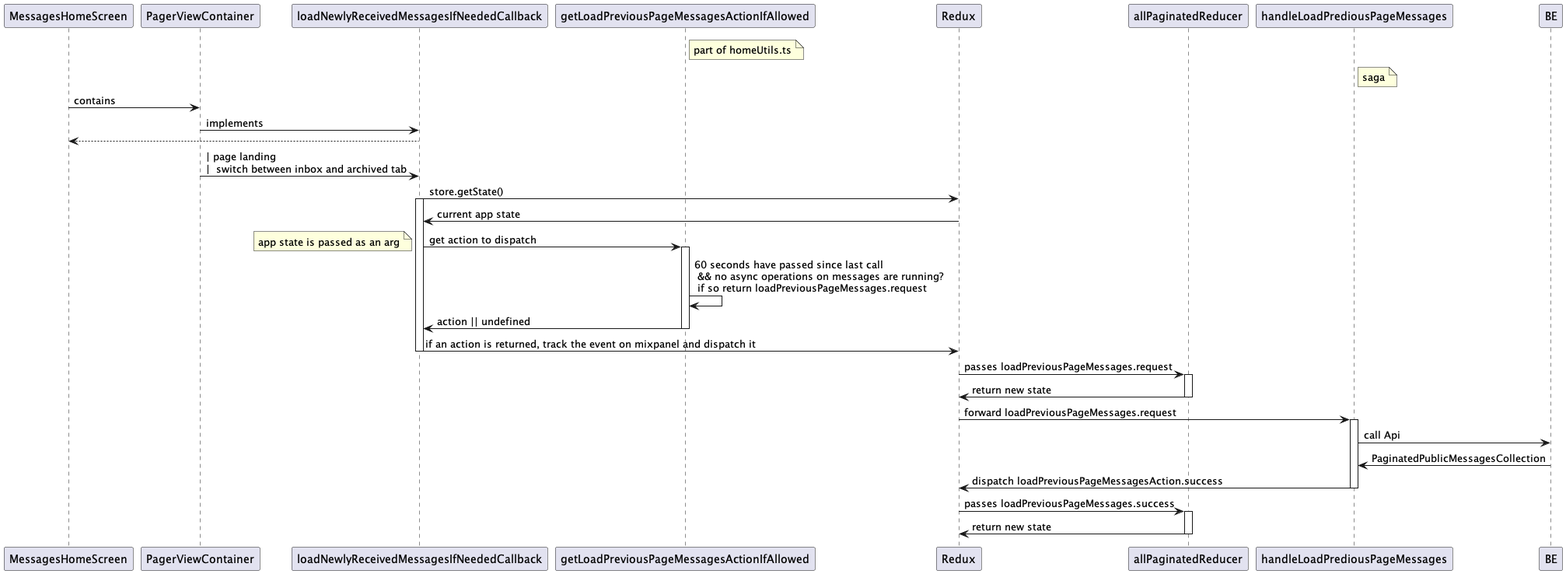
Above: docs/io-app/messages-autorefresh.png in pagopa/io-messages (PlantUML), before the change. The source it was exported from:
```plantuml
@startuml
participant MessagesHomeScreen
participant PagerViewContainer
participant loadNewlyReceivedMessagesIfNeededCallback
participant getLoadPreviousPageMessagesActionIfAllowed
note right of getLoadPreviousPageMessagesActionIfAllowed
 part of homeUtils.ts
 end note
participant Redux
participant allPaginatedReducer
participant handleLoadPrediousPageMessages
note right of handleLoadPrediousPageMessages
 saga
 end note

MessagesHomeScreen -> PagerViewContainer : contains
PagerViewContainer-> loadNewlyReceivedMessagesIfNeededCallback :implements
loadNewlyReceivedMessagesIfNeededCallback-->MessagesHomeScreen

PagerViewContainer -> loadNewlyReceivedMessagesIfNeededCallback  :| page landing \n|  switch between inbox and archived tab

loadNewlyReceivedMessagesIfNeededCallback->Redux  : store.getState()
activate loadNewlyReceivedMessagesIfNeededCallback
    Redux->loadNewlyReceivedMessagesIfNeededCallback: current app state
    loadNewlyReceivedMessagesIfNeededCallback -> getLoadPreviousPageMessagesActionIfAllowed ++ : get action to dispatch
    note left: app state is passed as an arg
    getLoadPreviousPageMessagesActionIfAllowed->getLoadPreviousPageMessagesActionIfAllowed: 60 seconds have passed since last call \n && no async operations on messages are running?  \n if so return loadPreviousPageMessages.request
    getLoadPreviousPageMessagesActionIfAllowed -> loadNewlyReceivedMessagesIfNeededCallback -- : action || undefined
    loadNewlyReceivedMessagesIfNeededCallback -> Redux : if an action is returned, track the event on mixpanel and dispatch it
deactivate loadNewlyReceivedMessagesIfNeededCallback

Redux->allPaginatedReducer ++ : passes loadPreviousPageMessages.request
allPaginatedReducer->Redux -- : return new state
Redux->handleLoadPrediousPageMessages ++ : forward loadPreviousPageMessages.request
handleLoadPrediousPageMessages->BE : call Api
BE->handleLoadPrediousPageMessages: PaginatedPublicMessagesCollection
handleLoadPrediousPageMessages->Redux --: dispatch loadPreviousPageMessagesAction.success
Redux->allPaginatedReducer ++ : passes loadPreviousPageMessages.success
allPaginatedReducer->Redux -- : return new state
@enduml
```
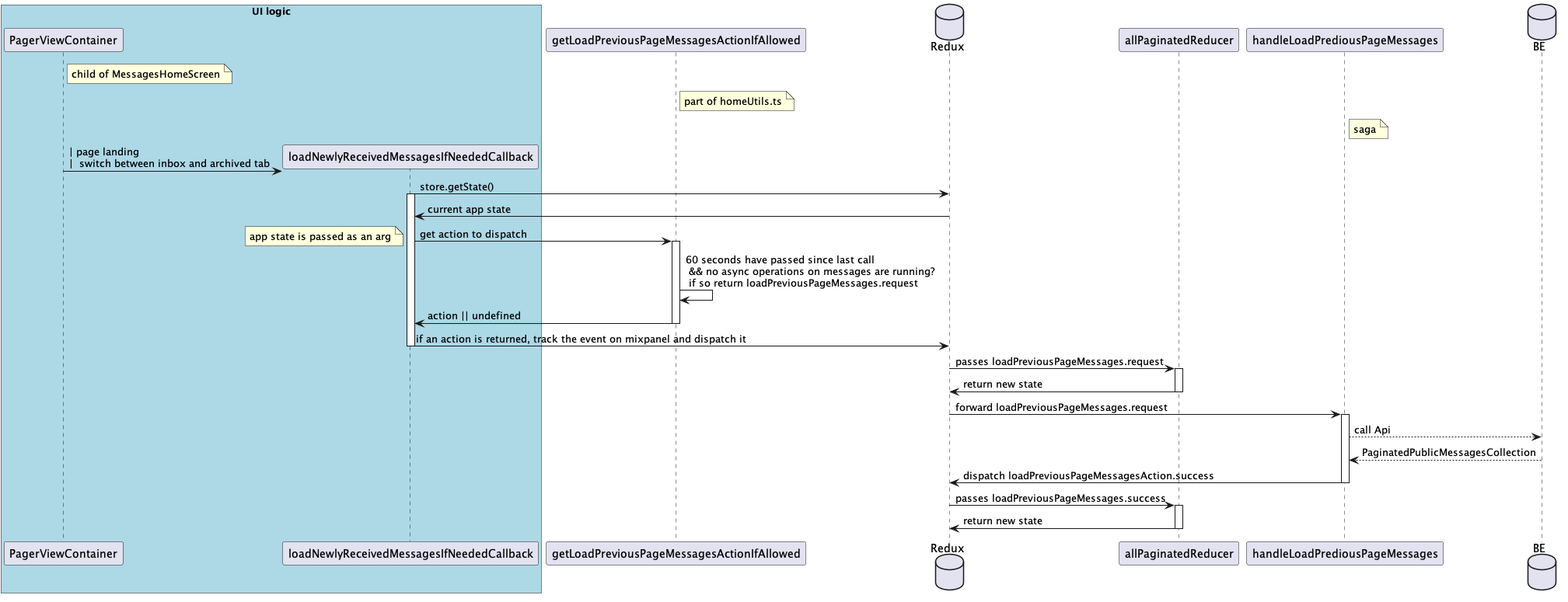
Later version of the same file.

Commit message:
refactored UML

Change to the diagram source:
```diff
@@ -1,24 +1,25 @@
 @startuml
-participant MessagesHomeScreen
+box "UI logic" #LightBlue
 participant PagerViewContainer
+note right of PagerViewContainer
+child of MessagesHomeScreen
+end note
 participant loadNewlyReceivedMessagesIfNeededCallback
+end box
 participant getLoadPreviousPageMessagesActionIfAllowed
 note right of getLoadPreviousPageMessagesActionIfAllowed
  part of homeUtils.ts
  end note
-participant Redux
+database Redux
 participant allPaginatedReducer
 participant handleLoadPrediousPageMessages
 note right of handleLoadPrediousPageMessages
  saga
  end note
+database BE
 
-MessagesHomeScreen -> PagerViewContainer : contains
-PagerViewContainer-> loadNewlyReceivedMessagesIfNeededCallback :implements
-loadNewlyReceivedMessagesIfNeededCallback-->MessagesHomeScreen
-
+create loadNewlyReceivedMessagesIfNeededCallback
 PagerViewContainer -> loadNewlyReceivedMessagesIfNeededCallback  :| page landing \n|  switch between inbox and archived tab
-
 loadNewlyReceivedMessagesIfNeededCallback->Redux  : store.getState()
 activate loadNewlyReceivedMessagesIfNeededCallback
     Redux->loadNewlyReceivedMessagesIfNeededCallback: current app state
@@ -32,8 +33,8 @@
 Redux->allPaginatedReducer ++ : passes loadPreviousPageMessages.request
 allPaginatedReducer->Redux -- : return new state
 Redux->handleLoadPrediousPageMessages ++ : forward loadPreviousPageMessages.request
-handleLoadPrediousPageMessages->BE : call Api
-BE->handleLoadPrediousPageMessages: PaginatedPublicMessagesCollection
+handleLoadPrediousPageMessages-->BE : call Api
+BE-->handleLoadPrediousPageMessages: PaginatedPublicMessagesCollection
 handleLoadPrediousPageMessages->Redux --: dispatch loadPreviousPageMessagesAction.success
 Redux->allPaginatedReducer ++ : passes loadPreviousPageMessages.success
 allPaginatedReducer->Redux -- : return new state
```
